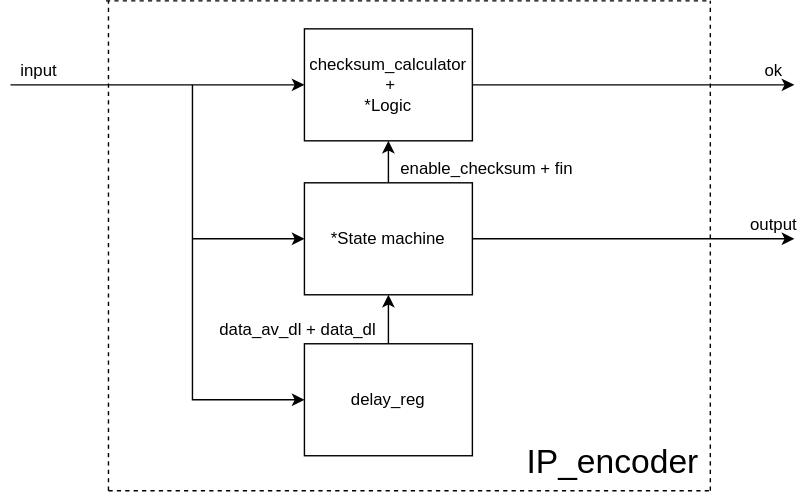
Earlier version of the draw.io export Documentation/Block_diagram/IP_encoder_bd.svg (ntpt7921/Verilog_UDP_TCP). Source tidied: cells renumbered, new cells last; positions are measured from the earlier drawing's top-left corner, leaving out a move shared by most shapes. The source it was exported from:
```xml
<mxGraphModel>
  <root>
    <mxCell id="0" />
    <mxCell id="1" parent="0" />
    <mxCell id="2" style="edgeStyle=none;rounded=0;jettySize=auto;html=1;fontSize=12;" parent="1" edge="1" source="4" target="6">
      <mxGeometry relative="1" as="geometry" />
    </mxCell>
    <mxCell id="3" style="edgeStyle=orthogonalEdgeStyle;rounded=0;jettySize=auto;html=1;exitX=1;exitY=0.5;exitDx=0;exitDy=0;" parent="1" edge="1" source="4">
      <mxGeometry relative="1" as="geometry">
        <mxPoint x="560" y="170" as="targetPoint" />
      </mxGeometry>
    </mxCell>
    <mxCell id="4" value="&lt;div&gt;*State machine&lt;/div&gt;" style="rounded=0;whiteSpace=wrap;html=1;" parent="1" vertex="1">
      <mxGeometry x="210" y="130" width="120" height="80" as="geometry" />
    </mxCell>
    <mxCell id="5" style="edgeStyle=orthogonalEdgeStyle;rounded=0;jettySize=auto;html=1;" parent="1" edge="1" source="6">
      <mxGeometry relative="1" as="geometry">
        <mxPoint x="560" y="60" as="targetPoint" />
      </mxGeometry>
    </mxCell>
    <mxCell id="6" value="&lt;div&gt;checksum_calculator&lt;/div&gt;&lt;div&gt;&amp;nbsp;+&lt;/div&gt;&lt;div&gt;*Logic&lt;br&gt;&lt;/div&gt;" style="rounded=0;whiteSpace=wrap;html=1;" parent="1" vertex="1">
      <mxGeometry x="210" y="20" width="120" height="80" as="geometry" />
    </mxCell>
    <mxCell id="7" value="input" style="text;html=1;align=center;verticalAlign=middle;strokeColor=none;fillColor=none;fontSize=12;" parent="1" vertex="1">
      <mxGeometry y="40" width="40" height="20" as="geometry" />
    </mxCell>
    <mxCell id="8" style="endArrow=none;dashed=1;html=1;rounded=0;fontSize=12;" parent="1" edge="1">
      <mxGeometry relative="1" as="geometry">
        <mxPoint x="68.2" as="sourcePoint" />
        <mxPoint x="500" as="targetPoint" />
        <Array as="points">
          <mxPoint x="368.2" />
        </Array>
      </mxGeometry>
    </mxCell>
    <mxCell id="9" style="endArrow=none;dashed=1;html=1;rounded=0;fontSize=12;" parent="1" edge="1">
      <mxGeometry relative="1" as="geometry">
        <mxPoint x="70" y="350" as="sourcePoint" />
        <mxPoint x="500" y="350" as="targetPoint" />
      </mxGeometry>
    </mxCell>
    <mxCell id="10" style="endArrow=none;dashed=1;html=1;rounded=0;fontSize=12;" parent="1" edge="1">
      <mxGeometry relative="1" as="geometry">
        <mxPoint x="70" y="350" as="sourcePoint" />
        <mxPoint x="70" as="targetPoint" />
      </mxGeometry>
    </mxCell>
    <mxCell id="11" style="endArrow=none;dashed=1;html=1;rounded=0;fontSize=12;" parent="1" edge="1">
      <mxGeometry relative="1" as="geometry">
        <mxPoint x="500" y="350" as="sourcePoint" />
        <mxPoint x="500" as="targetPoint" />
      </mxGeometry>
    </mxCell>
    <mxCell id="12" value="&lt;font style=&quot;font-size: 24px&quot;&gt;IP_encoder&lt;/font&gt;" style="text;html=1;align=center;verticalAlign=middle;strokeColor=none;fillColor=none;fontSize=12;" parent="1" vertex="1">
      <mxGeometry x="360" y="320" width="140" height="20" as="geometry" />
    </mxCell>
    <mxCell id="13" style="edgeStyle=orthogonalEdgeStyle;rounded=0;jettySize=auto;html=1;entryX=0.5;entryY=1;entryDx=0;entryDy=0;" parent="1" edge="1" source="14" target="4">
      <mxGeometry relative="1" as="geometry" />
    </mxCell>
    <mxCell id="14" value="delay_reg" style="rounded=0;whiteSpace=wrap;html=1;" parent="1" vertex="1">
      <mxGeometry x="210" y="245" width="120" height="80" as="geometry" />
    </mxCell>
    <mxCell id="15" value="&lt;div&gt;enable_checksum + fin&lt;br&gt;&lt;/div&gt;" style="text;html=1;align=center;verticalAlign=middle;strokeColor=none;fillColor=none;fontSize=12;" parent="1" vertex="1">
      <mxGeometry x="270" y="110" width="140" height="20" as="geometry" />
    </mxCell>
    <mxCell id="16" value="data_av_dl + data_dl" style="text;html=1;align=center;verticalAlign=middle;strokeColor=none;fillColor=none;fontSize=12;" parent="1" vertex="1">
      <mxGeometry x="140" y="225" width="130" height="20" as="geometry" />
    </mxCell>
    <mxCell id="17" style="endArrow=classic;html=1;rounded=0;entryX=0;entryY=0.5;entryDx=0;entryDy=0;" parent="1" edge="1" target="6">
      <mxGeometry relative="1" as="geometry">
        <mxPoint y="60" as="sourcePoint" />
      </mxGeometry>
    </mxCell>
    <mxCell id="18" value="&lt;div&gt;ok&lt;/div&gt;" style="text;html=1;align=center;verticalAlign=middle;strokeColor=none;fillColor=none;" parent="1" vertex="1">
      <mxGeometry x="530" y="40" width="30" height="20" as="geometry" />
    </mxCell>
    <mxCell id="19" value="output" style="text;html=1;align=center;verticalAlign=middle;strokeColor=none;fillColor=none;" parent="1" vertex="1">
      <mxGeometry x="520" y="150" width="50" height="20" as="geometry" />
    </mxCell>
    <mxCell id="20" style="endArrow=classic;html=1;rounded=0;entryX=0;entryY=0.5;entryDx=0;entryDy=0;" parent="1" edge="1" target="14">
      <mxGeometry relative="1" as="geometry">
        <mxPoint x="130" y="60" as="sourcePoint" />
        <Array as="points">
          <mxPoint x="130" y="285" />
        </Array>
      </mxGeometry>
    </mxCell>
    <mxCell id="21" style="endArrow=classic;html=1;rounded=0;entryX=0;entryY=0.5;entryDx=0;entryDy=0;" parent="1" edge="1" target="4">
      <mxGeometry relative="1" as="geometry">
        <mxPoint x="130" y="170" as="sourcePoint" />
      </mxGeometry>
    </mxCell>
  </root>
</mxGraphModel>
```
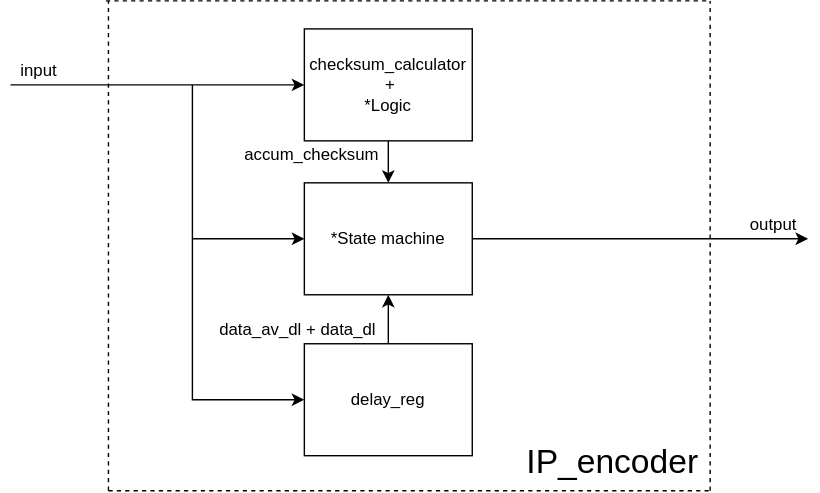
Above is the later version.

Diff of the diagram source:
```diff
@@ -2,22 +2,17 @@
   <root>
     <mxCell id="0" />
     <mxCell id="1" parent="0" />
-    <mxCell id="2" style="edgeStyle=none;rounded=0;jettySize=auto;html=1;fontSize=12;" parent="1" edge="1" source="4" target="6">
-      <mxGeometry relative="1" as="geometry" />
-    </mxCell>
-    <mxCell id="3" style="edgeStyle=orthogonalEdgeStyle;rounded=0;jettySize=auto;html=1;exitX=1;exitY=0.5;exitDx=0;exitDy=0;" parent="1" edge="1" source="4">
-      <mxGeometry relative="1" as="geometry">
-        <mxPoint x="560" y="170" as="targetPoint" />
-      </mxGeometry>
-    </mxCell>
+    <mxCell id="22" style="edgeStyle=orthogonalEdgeStyle;rounded=0;jettySize=auto;html=1;" parent="1" edge="1" source="4">
+      <mxGeometry relative="1" as="geometry">
+        <mxPoint x="570" y="170" as="targetPoint" />
+      </mxGeometry>
+    </mxCell>
     <mxCell id="4" value="&lt;div&gt;*State machine&lt;/div&gt;" style="rounded=0;whiteSpace=wrap;html=1;" parent="1" vertex="1">
       <mxGeometry x="210" y="130" width="120" height="80" as="geometry" />
     </mxCell>
-    <mxCell id="5" style="edgeStyle=orthogonalEdgeStyle;rounded=0;jettySize=auto;html=1;" parent="1" edge="1" source="6">
-      <mxGeometry relative="1" as="geometry">
-        <mxPoint x="560" y="60" as="targetPoint" />
-      </mxGeometry>
-    </mxCell>
+    <mxCell id="23" style="edgeStyle=orthogonalEdgeStyle;rounded=0;jettySize=auto;html=1;exitX=0.5;exitY=1;exitDx=0;exitDy=0;" parent="1" edge="1" source="6" target="4">
+      <mxGeometry relative="1" as="geometry" />
+    </mxCell>
     <mxCell id="6" value="&lt;div&gt;checksum_calculator&lt;/div&gt;&lt;div&gt;&amp;nbsp;+&lt;/div&gt;&lt;div&gt;*Logic&lt;br&gt;&lt;/div&gt;" style="rounded=0;whiteSpace=wrap;html=1;" parent="1" vertex="1">
       <mxGeometry x="210" y="20" width="120" height="80" as="geometry" />
     </mxCell>
@@ -60,9 +55,6 @@
     <mxCell id="14" value="delay_reg" style="rounded=0;whiteSpace=wrap;html=1;" parent="1" vertex="1">
       <mxGeometry x="210" y="245" width="120" height="80" as="geometry" />
     </mxCell>
-    <mxCell id="15" value="&lt;div&gt;enable_checksum + fin&lt;br&gt;&lt;/div&gt;" style="text;html=1;align=center;verticalAlign=middle;strokeColor=none;fillColor=none;fontSize=12;" parent="1" vertex="1">
-      <mxGeometry x="270" y="110" width="140" height="20" as="geometry" />
-    </mxCell>
     <mxCell id="16" value="data_av_dl + data_dl" style="text;html=1;align=center;verticalAlign=middle;strokeColor=none;fillColor=none;fontSize=12;" parent="1" vertex="1">
       <mxGeometry x="140" y="225" width="130" height="20" as="geometry" />
     </mxCell>
@@ -71,9 +63,6 @@
         <mxPoint y="60" as="sourcePoint" />
       </mxGeometry>
     </mxCell>
-    <mxCell id="18" value="&lt;div&gt;ok&lt;/div&gt;" style="text;html=1;align=center;verticalAlign=middle;strokeColor=none;fillColor=none;" parent="1" vertex="1">
-      <mxGeometry x="530" y="40" width="30" height="20" as="geometry" />
-    </mxCell>
     <mxCell id="19" value="output" style="text;html=1;align=center;verticalAlign=middle;strokeColor=none;fillColor=none;" parent="1" vertex="1">
       <mxGeometry x="520" y="150" width="50" height="20" as="geometry" />
     </mxCell>
@@ -90,5 +79,8 @@
         <mxPoint x="130" y="170" as="sourcePoint" />
       </mxGeometry>
     </mxCell>
+    <mxCell id="24" value="accum_checksum" style="text;html=1;align=center;verticalAlign=middle;strokeColor=none;fillColor=none;" parent="1" vertex="1">
+      <mxGeometry x="160" y="100" width="110" height="20" as="geometry" />
+    </mxCell>
   </root>
 </mxGraphModel>
```
